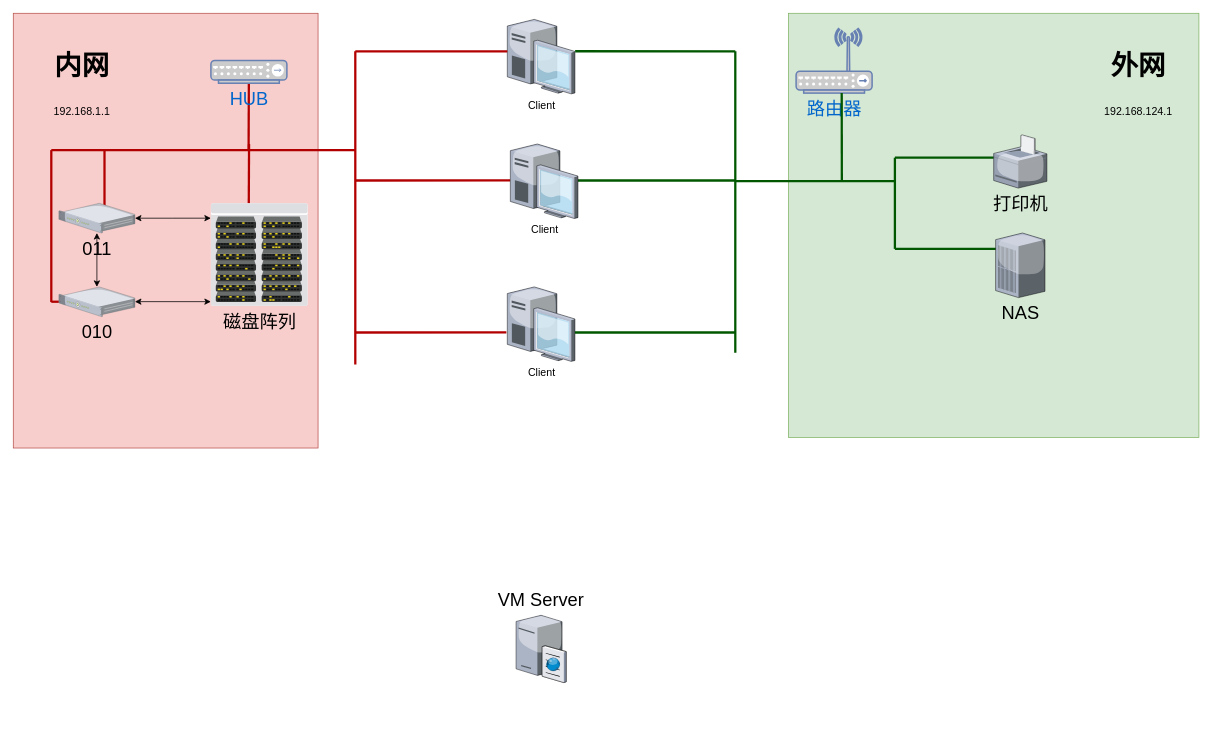
Before: 未命名绘图.drawio in sustcsugar/draw.io, a draw.io diagram. Source tidied: cells renumbered, new cells numbered last; positions are measured from the earlier drawing's top-left corner, leaving out a move shared by most shapes. Both pictures are drawn from the tidied source at 76%, with x=0, y=0 at pixel (13, 13).
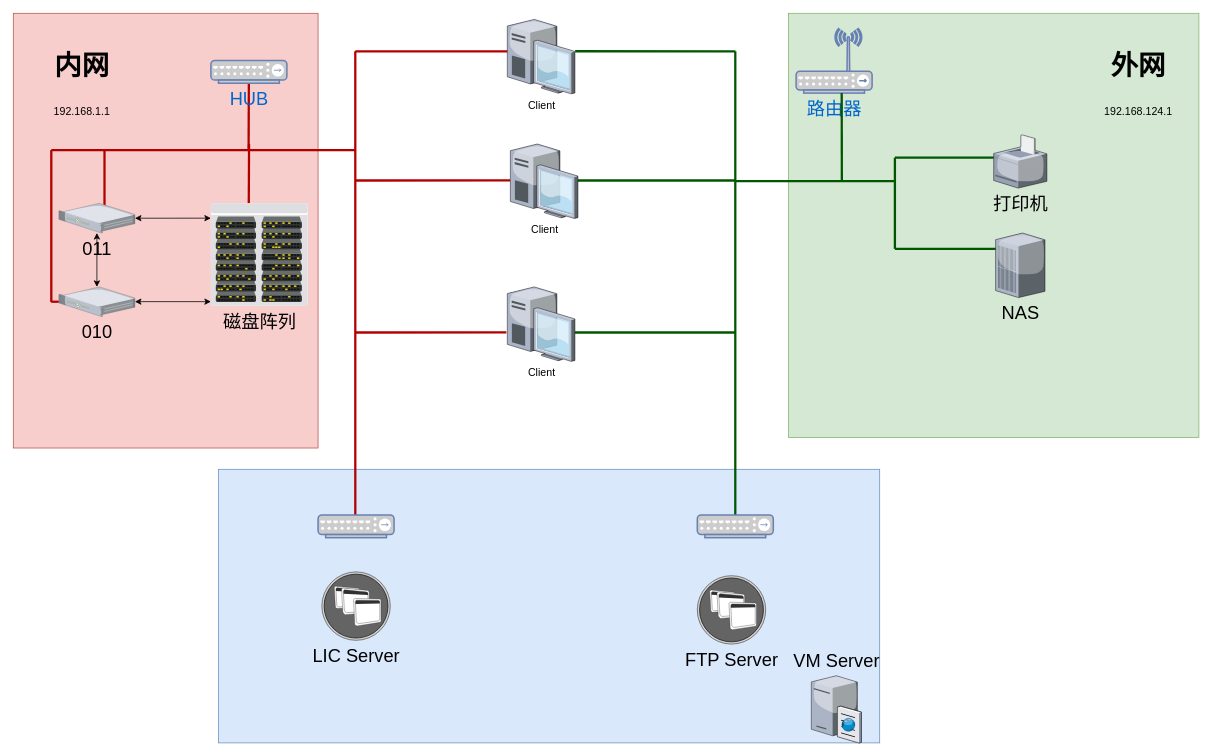
After the change.

Commit message (it also covers changes not shown here):
更新未命名绘图.drawio

Diff of the diagram source:
```diff
@@
+    <mxCell id="39" style="rounded=0;whiteSpace=wrap;html=1;fontSize=24;fillColor=#dae8fc;strokeColor=#6c8ebf;" parent="1" vertex="1">
+      <mxGeometry x="270" y="600" width="870" height="360" as="geometry" />
+    </mxCell>
@@
     <mxCell id="6" value="&lt;span style=&quot;font-size: 24px;&quot;&gt;VM Server&lt;/span&gt;" style="verticalLabelPosition=top;html=1;verticalAlign=bottom;strokeColor=none;shape=mxgraph.citrix.cache_server;fillColor=#66B2FF;gradientColor=#0066CC;fontSize=14;labelPosition=center;align=center;" parent="1" vertex="1">
-      <mxGeometry x="661.5" y="790" width="65.9" height="90.5" as="geometry" />
+      <mxGeometry x="1050" y="869.5" width="65.9" height="90.5" as="geometry" />
     </mxCell>
@@
     <mxCell id="13" style="html=1;rounded=0;fontSize=24;startArrow=none;startFill=0;endArrow=none;endFill=0;strokeWidth=3;fillColor=#e51400;strokeColor=#B20000;" parent="1" edge="1">
       <mxGeometry relative="1" as="geometry">
         <mxPoint x="450" y="50" as="sourcePoint" />
-        <mxPoint x="450" y="462" as="targetPoint" />
+        <mxPoint x="450" y="660" as="targetPoint" />
       </mxGeometry>
     </mxCell>
@@
-    <mxCell id="18" style="html=1;rounded=0;fontSize=24;startArrow=none;startFill=0;endArrow=none;endFill=0;strokeWidth=3;fillColor=#008a00;strokeColor=#005700;" parent="1" edge="1">
+    <mxCell id="18" style="html=1;rounded=0;fontSize=24;startArrow=none;startFill=0;endArrow=none;endFill=0;strokeWidth=3;fillColor=#008a00;strokeColor=#005700;" parent="1" edge="1" target="43">
       <mxGeometry relative="1" as="geometry">
         <mxPoint x="950" y="50" as="sourcePoint" />
-        <mxPoint x="950" y="446.5" as="targetPoint" />
       </mxGeometry>
     </mxCell>
@@
+    <mxCell id="40" value="LIC Server" style="verticalLabelPosition=bottom;sketch=0;html=1;verticalAlign=top;strokeColor=none;align=center;shape=mxgraph.citrix.role_applications;fontSize=24;" parent="1" vertex="1">
+      <mxGeometry x="406" y="735" width="90" height="90" as="geometry" />
+    </mxCell>
+    <mxCell id="41" value="FTP Server" style="verticalLabelPosition=bottom;sketch=0;html=1;verticalAlign=top;strokeColor=none;align=center;shape=mxgraph.citrix.role_applications;fontSize=24;" parent="1" vertex="1">
+      <mxGeometry x="900" y="740" width="90" height="90" as="geometry" />
+    </mxCell>
+    <mxCell id="42" style="fontColor=#0066CC;verticalAlign=top;verticalLabelPosition=bottom;labelPosition=center;align=center;html=1;fillColor=#CCCCCC;strokeColor=#6881B3;gradientColor=none;gradientDirection=north;strokeWidth=2;shape=mxgraph.networks.hub;fontSize=24;" parent="1" vertex="1">
+      <mxGeometry x="401" y="660" width="100" height="30" as="geometry" />
+    </mxCell>
+    <mxCell id="43" style="fontColor=#0066CC;verticalAlign=top;verticalLabelPosition=bottom;labelPosition=center;align=center;html=1;outlineConnect=0;fillColor=#CCCCCC;strokeColor=#6881B3;gradientColor=none;gradientDirection=north;strokeWidth=2;shape=mxgraph.networks.hub;fontSize=24;" parent="1" vertex="1">
+      <mxGeometry x="900" y="660" width="100" height="30" as="geometry" />
+    </mxCell>
```
